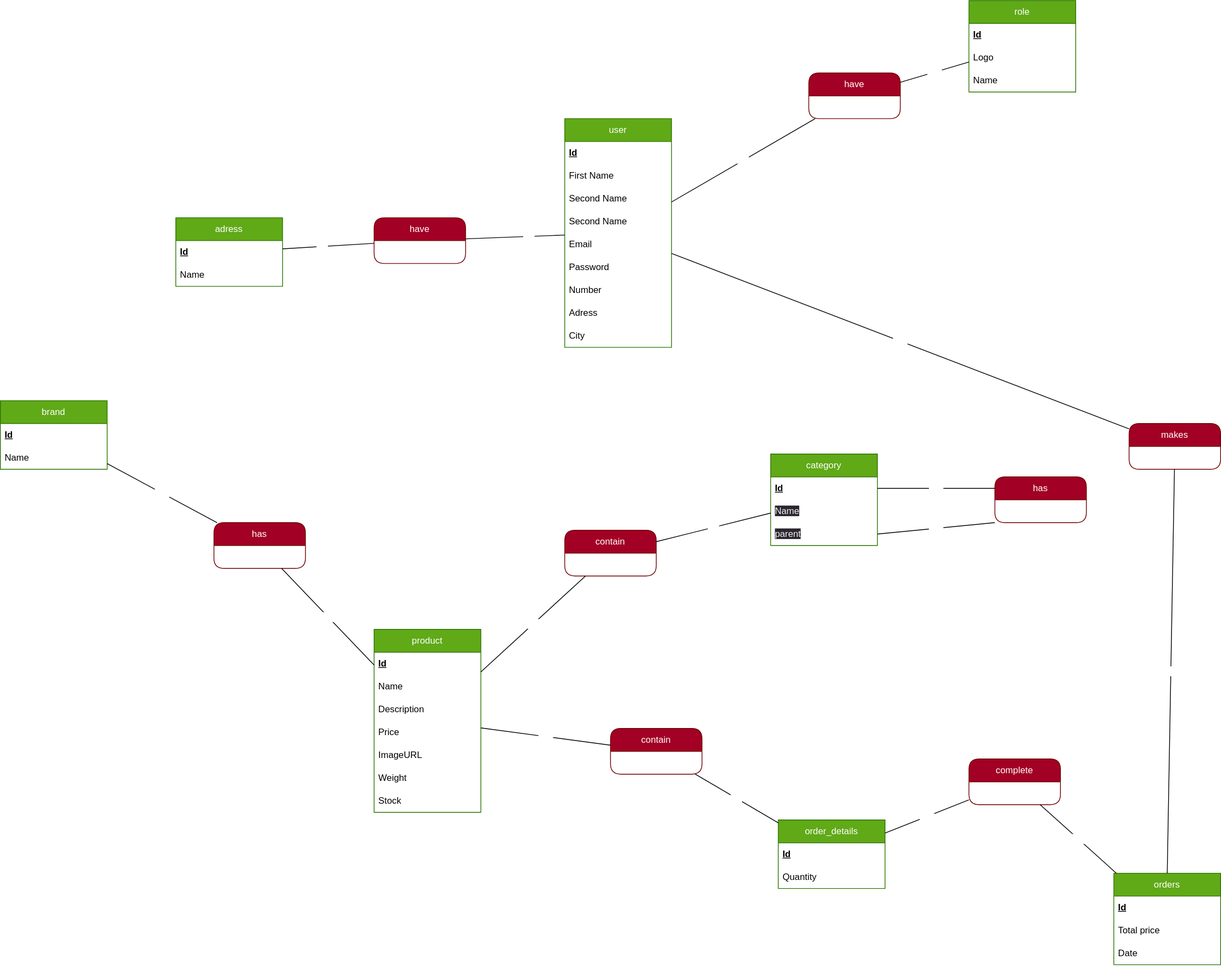
TERENYANA/komora keeps this draw.io diagram as code/server/merise/MCD-komora.drawio.svg. Above is the earlier version. Source tidied: cells renumbered, new cells last; positions are measured from the earlier drawing's top-left corner, leaving out a move shared by most shapes.
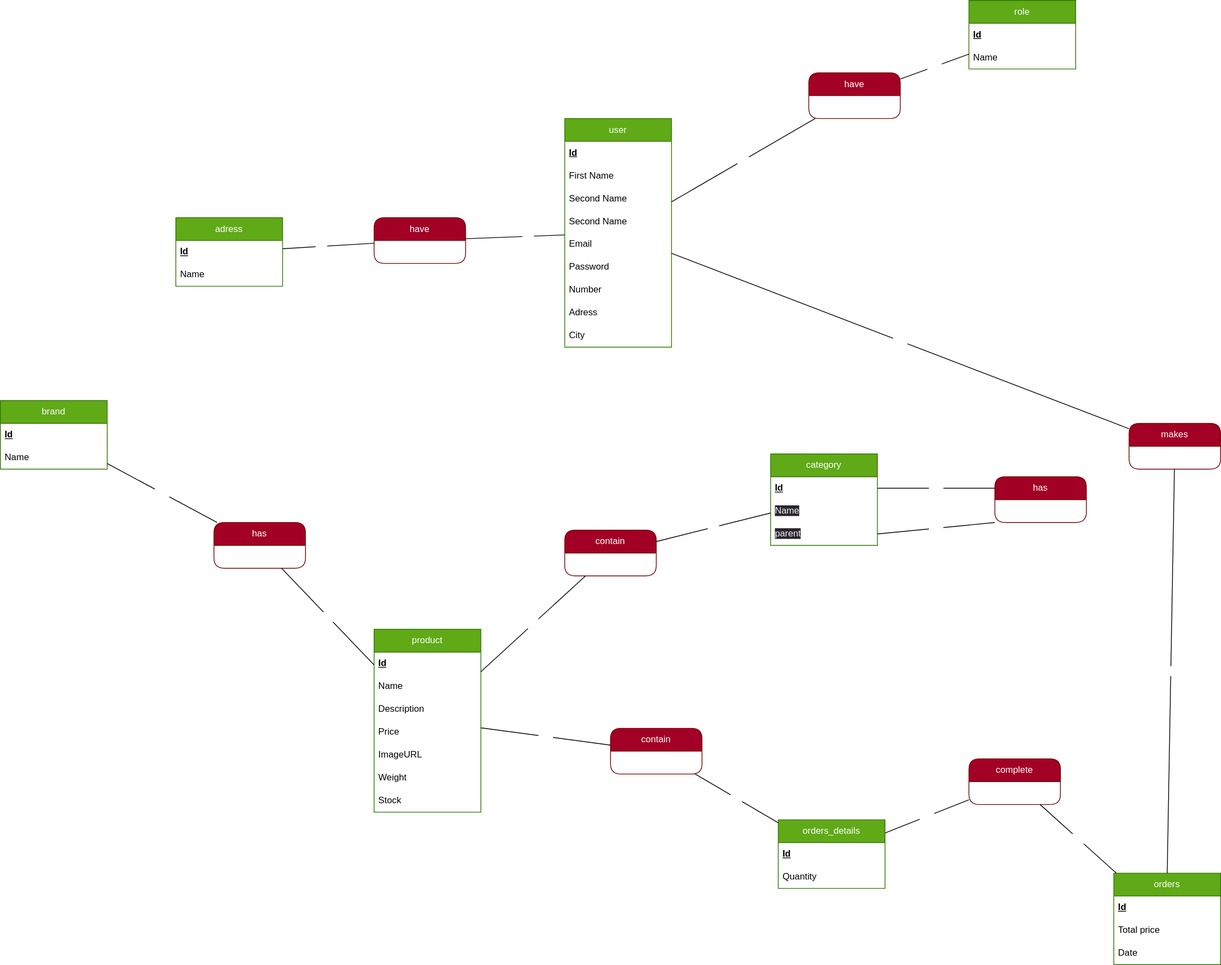
After the change.

What changed in the source:
```diff
@@ -3,16 +3,13 @@
     <mxCell id="0" />
     <mxCell id="1" parent="0" />
     <mxCell id="2" value="role" style="swimlane;fontStyle=0;horizontal=1;startSize=30;whiteSpace=wrap;html=1;fillColor=#60a917;fontColor=#ffffff;strokeColor=#2D7600;" parent="1" vertex="1">
-      <mxGeometry x="1270" width="140" height="120" as="geometry" />
+      <mxGeometry x="1270" width="140" height="90" as="geometry" />
     </mxCell>
     <mxCell id="3" value="&lt;b&gt;&lt;u&gt;Id&lt;/u&gt;&lt;/b&gt;" style="text;strokeColor=none;fillColor=none;align=left;verticalAlign=middle;spacingLeft=4;spacingRight=4;overflow=hidden;whiteSpace=wrap;html=1;" parent="2" vertex="1">
       <mxGeometry y="30" width="140" height="30" as="geometry" />
     </mxCell>
-    <mxCell id="4" value="Logo" style="text;strokeColor=none;fillColor=none;align=left;verticalAlign=middle;spacingLeft=4;spacingRight=4;overflow=hidden;whiteSpace=wrap;html=1;" parent="2" vertex="1">
-      <mxGeometry y="60" width="140" height="30" as="geometry" />
-    </mxCell>
     <mxCell id="5" value="Name" style="text;strokeColor=none;fillColor=none;align=left;verticalAlign=middle;spacingLeft=4;spacingRight=4;overflow=hidden;whiteSpace=wrap;html=1;" parent="2" vertex="1">
-      <mxGeometry y="90" width="140" height="30" as="geometry" />
+      <mxGeometry y="60" width="140" height="30" as="geometry" />
     </mxCell>
     <mxCell id="6" value="product" style="swimlane;fontStyle=0;horizontal=1;startSize=30;whiteSpace=wrap;html=1;fillColor=#60a917;fontColor=#ffffff;strokeColor=#2D7600;" parent="1" vertex="1">
       <mxGeometry x="490" y="825" width="140" height="240" as="geometry" />
@@ -80,7 +77,7 @@
     <mxCell id="27" value="City" style="text;strokeColor=none;fillColor=none;align=left;verticalAlign=middle;spacingLeft=4;spacingRight=4;overflow=hidden;whiteSpace=wrap;html=1;" parent="18" vertex="1">
       <mxGeometry y="270" width="140" height="30" as="geometry" />
     </mxCell>
-    <mxCell id="28" value="order_details" style="swimlane;fontStyle=0;horizontal=1;startSize=30;whiteSpace=wrap;html=1;fillColor=#60a917;fontColor=#ffffff;strokeColor=#2D7600;" parent="1" vertex="1">
+    <mxCell id="28" value="orders_details" style="swimlane;fontStyle=0;horizontal=1;startSize=30;whiteSpace=wrap;html=1;fillColor=#60a917;fontColor=#ffffff;strokeColor=#2D7600;" parent="1" vertex="1">
       <mxGeometry x="1020" y="1075" width="140" height="90" as="geometry" />
     </mxCell>
     <mxCell id="29" value="&lt;b&gt;&lt;u&gt;Id&lt;/u&gt;&lt;/b&gt;" style="text;strokeColor=none;fillColor=none;align=left;verticalAlign=middle;spacingLeft=4;spacingRight=4;overflow=hidden;whiteSpace=wrap;html=1;" parent="28" vertex="1">
```
